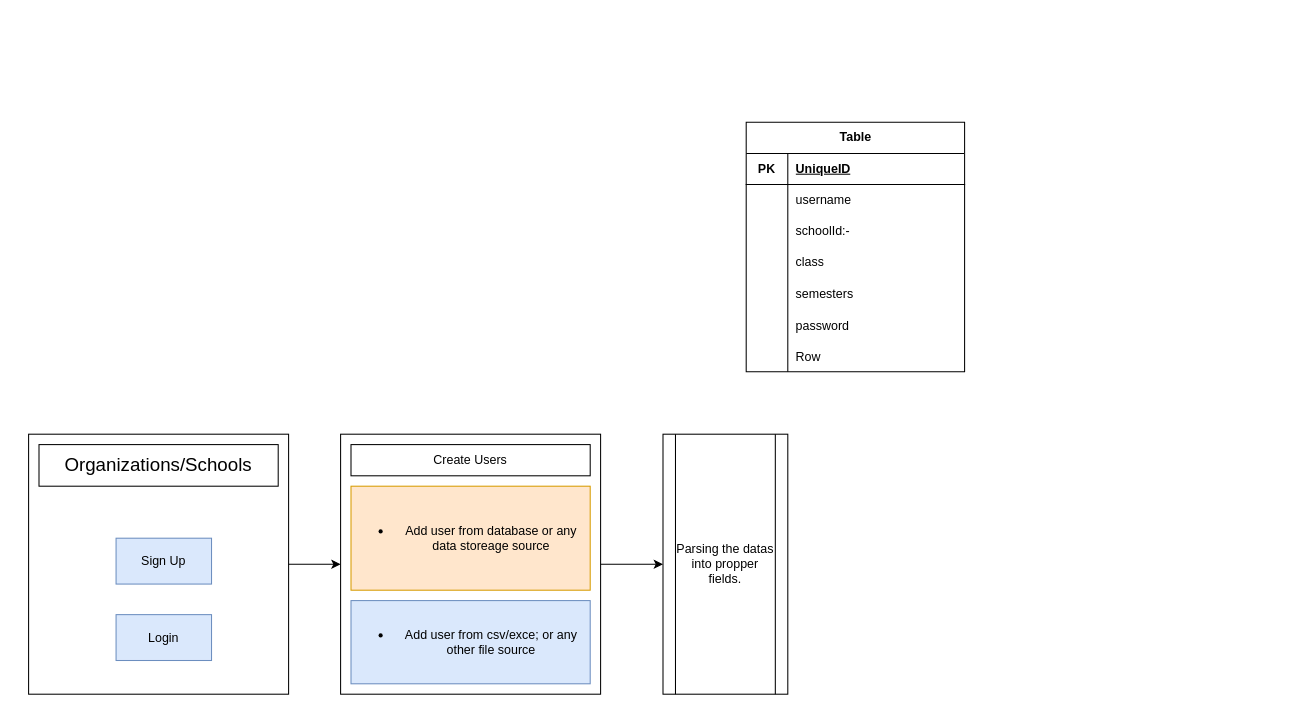
This is design_images/Untitled Diagram.drawio from leyuskckiran1510/SMFS, a draw.io file, before an edit. Source tidied: cells renumbered, new cells numbered last; positions are measured from the earlier drawing's top-left corner, leaving out a move shared by most shapes. Both pictures are drawn from the tidied source at 104%, with x=0, y=0 at pixel (28, 122).
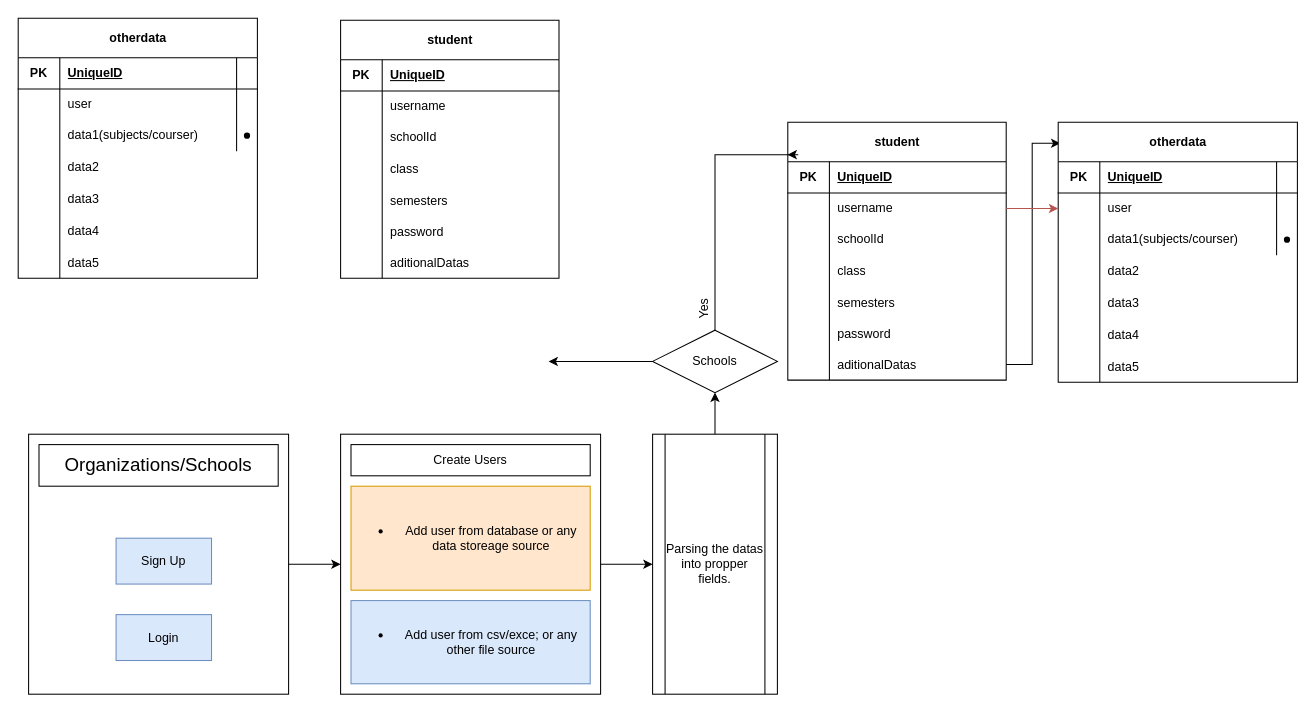
Above is the later version.

What changed in the source:
```diff
@@
+    <mxCell id="39" style="edgeStyle=orthogonalEdgeStyle;rounded=0;jettySize=auto;html=1;exitX=0.5;exitY=0;exitDx=0;exitDy=0;entryX=0.5;entryY=1;entryDx=0;entryDy=0;" parent="1" edge="1" source="9" target="67">
+      <mxGeometry relative="1" as="geometry" />
+    </mxCell>
     <mxCell id="9" value="Parsing the datas into propper fields." style="shape=process;whiteSpace=wrap;html=1;backgroundOutline=1;" parent="1" vertex="1">
-      <mxGeometry x="610" y="300" width="120" height="250" as="geometry" />
+      <mxGeometry x="600" y="300" width="120" height="250" as="geometry" />
     </mxCell>
@@
+    <mxCell id="40" style="edgeStyle=orthogonalEdgeStyle;rounded=0;jettySize=auto;html=1;exitX=1;exitY=0.5;exitDx=0;exitDy=0;entryX=0.009;entryY=0.081;entryDx=0;entryDy=0;entryPerimeter=0;" parent="1" edge="1" source="36" target="41">
+      <mxGeometry relative="1" as="geometry" />
+    </mxCell>
-    <mxCell id="17" value="Table" style="shape=table;startSize=30;childLayout=tableLayout;rowLines=0;fontStyle=1;align=center;html=1;enumerate=0;" parent="1" vertex="1">
-      <mxGeometry x="690" width="210" height="240" as="geometry" />
+    <mxCell id="17" value="student" style="shape=table;startSize=38;childLayout=tableLayout;rowLines=0;fontStyle=1;align=center;html=1;enumerate=0;" parent="1" vertex="1">
+      <mxGeometry x="730" width="210" height="248" as="geometry" />
     </mxCell>
     <mxCell id="18" style="shape=tableRow;horizontal=0;startSize=0;swimlaneHead=0;swimlaneBody=0;fillColor=none;top=0;left=0;right=0;bottom=1;" parent="17" vertex="1">
-      <mxGeometry y="30" width="210" height="30" as="geometry" />
+      <mxGeometry y="38" width="210" height="30" as="geometry" />
     </mxCell>
@@
     <mxCell id="21" style="shape=tableRow;horizontal=0;startSize=0;swimlaneHead=0;swimlaneBody=0;fillColor=none;points=[[0,0.5],[1,0.5]];portConstraint=eastwest;top=0;left=0;right=0;bottom=0;" parent="17" vertex="1">
-      <mxGeometry y="60" width="210" height="30" as="geometry" />
+      <mxGeometry y="68" width="210" height="30" as="geometry" />
     </mxCell>
@@
     <mxCell id="24" style="shape=tableRow;horizontal=0;startSize=0;swimlaneHead=0;swimlaneBody=0;fillColor=none;top=0;left=0;right=0;bottom=0;" parent="17" vertex="1">
-      <mxGeometry y="90" width="210" height="30" as="geometry" />
+      <mxGeometry y="98" width="210" height="30" as="geometry" />
     </mxCell>
@@
-    <mxCell id="26" value="schoolId:-" style="shape=partialRectangle;fillColor=none;top=0;left=0;bottom=0;right=0;align=left;spacingLeft=6;overflow=hidden;whiteSpace=wrap;html=1;" parent="24" vertex="1">
+    <mxCell id="26" value="schoolId" style="shape=partialRectangle;fillColor=none;top=0;left=0;bottom=0;right=0;align=left;spacingLeft=6;overflow=hidden;whiteSpace=wrap;html=1;" parent="24" vertex="1">
       <mxGeometry x="40" width="170" height="30" as="geometry" />
     </mxCell>
     <mxCell id="27" style="shape=tableRow;horizontal=0;startSize=0;swimlaneHead=0;swimlaneBody=0;fillColor=none;top=0;left=0;right=0;bottom=0;" parent="17" vertex="1">
-      <mxGeometry y="120" width="210" height="30" as="geometry" />
+      <mxGeometry y="128" width="210" height="30" as="geometry" />
     </mxCell>
@@
     <mxCell id="30" style="shape=tableRow;horizontal=0;startSize=0;swimlaneHead=0;swimlaneBody=0;fillColor=none;top=0;left=0;right=0;bottom=0;" parent="17" vertex="1">
-      <mxGeometry y="150" width="210" height="30" as="geometry" />
+      <mxGeometry y="158" width="210" height="30" as="geometry" />
     </mxCell>
@@
     <mxCell id="33" style="shape=tableRow;horizontal=0;startSize=0;swimlaneHead=0;swimlaneBody=0;fillColor=none;top=0;left=0;right=0;bottom=0;" parent="17" vertex="1">
-      <mxGeometry y="180" width="210" height="30" as="geometry" />
+      <mxGeometry y="188" width="210" height="30" as="geometry" />
     </mxCell>
@@
     <mxCell id="36" style="shape=tableRow;horizontal=0;startSize=0;swimlaneHead=0;swimlaneBody=0;fillColor=none;points=[[0,0.5],[1,0.5]];portConstraint=eastwest;top=0;left=0;right=0;bottom=0;" parent="17" vertex="1">
-      <mxGeometry y="210" width="210" height="30" as="geometry" />
+      <mxGeometry y="218" width="210" height="30" as="geometry" />
     </mxCell>
@@
-    <mxCell id="38" value="Row" style="shape=partialRectangle;fillColor=none;top=0;left=0;bottom=0;right=0;align=left;spacingLeft=6;overflow=hidden;" parent="36" vertex="1">
+    <mxCell id="38" value="aditionalDatas" style="shape=partialRectangle;fillColor=none;top=0;left=0;bottom=0;right=0;align=left;spacingLeft=6;overflow=hidden;" parent="36" vertex="1">
       <mxGeometry x="40" width="170" height="30" as="geometry" />
     </mxCell>
+    <mxCell id="41" value="otherdata" style="shape=table;startSize=38;childLayout=tableLayout;rowLines=0;fontStyle=1;align=center;html=1;enumerate=0;" parent="1" vertex="1">
+      <mxGeometry x="990" width="230" height="250" as="geometry" />
+    </mxCell>
+    <mxCell id="42" style="shape=tableRow;horizontal=0;startSize=0;swimlaneHead=0;swimlaneBody=0;fillColor=none;top=0;left=0;right=0;bottom=1;" parent="41" vertex="1">
+      <mxGeometry y="38" width="230" height="30" as="geometry" />
+    </mxCell>
+    <mxCell id="43" value="PK" style="shape=partialRectangle;fillColor=none;top=0;left=0;bottom=0;right=0;fontStyle=1;overflow=hidden;whiteSpace=wrap;html=1;" parent="42" vertex="1">
+      <mxGeometry width="40" height="30" as="geometry" />
+    </mxCell>
+    <mxCell id="44" value="UniqueID" style="shape=partialRectangle;fillColor=none;top=0;left=0;bottom=0;right=0;align=left;spacingLeft=6;fontStyle=5;overflow=hidden;whiteSpace=wrap;html=1;" parent="42" vertex="1">
+      <mxGeometry x="40" width="190" height="30" as="geometry" />
+    </mxCell>
+    <mxCell id="45" style="shape=tableRow;horizontal=0;startSize=0;swimlaneHead=0;swimlaneBody=0;fillColor=none;points=[[0,0.5],[1,0.5]];portConstraint=eastwest;top=0;left=0;right=0;bottom=0;" parent="41" vertex="1">
+      <mxGeometry y="68" width="230" height="30" as="geometry" />
+    </mxCell>
+    <mxCell id="46" style="shape=partialRectangle;fillColor=none;top=0;left=0;bottom=0;right=0;overflow=hidden;whiteSpace=wrap;html=1;" parent="45" vertex="1">
+      <mxGeometry width="40" height="30" as="geometry" />
+    </mxCell>
+    <mxCell id="47" value="user" style="shape=partialRectangle;fillColor=none;top=0;left=0;bottom=0;right=0;align=left;spacingLeft=6;overflow=hidden;whiteSpace=wrap;html=1;" parent="45" vertex="1">
+      <mxGeometry x="40" width="190" height="30" as="geometry" />
+    </mxCell>
+    <mxCell id="48" style="shape=tableRow;horizontal=0;startSize=0;swimlaneHead=0;swimlaneBody=0;fillColor=none;top=0;left=0;right=0;bottom=0;" parent="41" vertex="1">
+      <mxGeometry y="98" width="230" height="30" as="geometry" />
+    </mxCell>
+    <mxCell id="49" style="shape=partialRectangle;fillColor=none;top=0;left=0;bottom=0;right=0;overflow=hidden;whiteSpace=wrap;html=1;" parent="48" vertex="1">
+      <mxGeometry width="40" height="30" as="geometry" />
+    </mxCell>
+    <mxCell id="50" value="data1(subjects/courser)" style="shape=partialRectangle;fillColor=none;top=0;left=0;bottom=0;right=0;align=left;spacingLeft=6;overflow=hidden;whiteSpace=wrap;html=1;" parent="48" vertex="1">
+      <mxGeometry x="40" width="170" height="30" as="geometry" />
+    </mxCell>
+    <mxCell id="51" style="shape=waypoint;sketch=0;size=6;fillColor=default;perimeter=centerPerimeter;startSize=38;fontStyle=1;" parent="48" vertex="1">
+      <mxGeometry x="210" width="20" height="30" as="geometry" />
+    </mxCell>
+    <mxCell id="52" style="shape=tableRow;horizontal=0;startSize=0;swimlaneHead=0;swimlaneBody=0;fillColor=none;top=0;left=0;right=0;bottom=0;" parent="41" vertex="1">
+      <mxGeometry y="128" width="230" height="30" as="geometry" />
+    </mxCell>
+    <mxCell id="53" style="shape=partialRectangle;fillColor=none;top=0;left=0;bottom=0;right=0;overflow=hidden;whiteSpace=wrap;html=1;" parent="52" vertex="1">
+      <mxGeometry width="40" height="30" as="geometry" />
+    </mxCell>
+    <mxCell id="54" value="data2" style="shape=partialRectangle;fillColor=none;top=0;left=0;bottom=0;right=0;align=left;spacingLeft=6;overflow=hidden;whiteSpace=wrap;html=1;" parent="52" vertex="1">
+      <mxGeometry x="40" width="190" height="30" as="geometry" />
+    </mxCell>
+    <mxCell id="55" style="shape=tableRow;horizontal=0;startSize=0;swimlaneHead=0;swimlaneBody=0;fillColor=none;top=0;left=0;right=0;bottom=0;" parent="41" vertex="1">
+      <mxGeometry y="158" width="230" height="30" as="geometry" />
+    </mxCell>
+    <mxCell id="56" style="shape=partialRectangle;fillColor=none;top=0;left=0;bottom=0;right=0;overflow=hidden;" parent="55" vertex="1">
+      <mxGeometry width="40" height="30" as="geometry" />
+    </mxCell>
+    <mxCell id="57" value="data3" style="shape=partialRectangle;fillColor=none;top=0;left=0;bottom=0;right=0;align=left;spacingLeft=6;overflow=hidden;" parent="55" vertex="1">
+      <mxGeometry x="40" width="190" height="30" as="geometry" />
+    </mxCell>
+    <mxCell id="58" style="shape=tableRow;horizontal=0;startSize=0;swimlaneHead=0;swimlaneBody=0;fillColor=none;top=0;left=0;right=0;bottom=0;" parent="41" vertex="1">
+      <mxGeometry y="188" width="230" height="32" as="geometry" />
+    </mxCell>
+    <mxCell id="59" style="shape=partialRectangle;fillColor=none;top=0;left=0;bottom=0;right=0;overflow=hidden;" parent="58" vertex="1">
+      <mxGeometry width="40" height="32" as="geometry" />
+    </mxCell>
+    <mxCell id="60" value="data4" style="shape=partialRectangle;fillColor=none;top=0;left=0;bottom=0;right=0;align=left;spacingLeft=6;overflow=hidden;" parent="58" vertex="1">
+      <mxGeometry x="40" width="190" height="32" as="geometry" />
+    </mxCell>
+    <mxCell id="61" style="shape=tableRow;horizontal=0;startSize=0;swimlaneHead=0;swimlaneBody=0;fillColor=none;top=0;left=0;right=0;bottom=0;" parent="41" vertex="1">
+      <mxGeometry y="220" width="230" height="30" as="geometry" />
+    </mxCell>
+    <mxCell id="62" style="shape=partialRectangle;fillColor=none;top=0;left=0;bottom=0;right=0;overflow=hidden;" parent="61" vertex="1">
+      <mxGeometry width="40" height="30" as="geometry" />
+    </mxCell>
+    <mxCell id="63" value="data5" style="shape=partialRectangle;fillColor=none;top=0;left=0;bottom=0;right=0;align=left;spacingLeft=6;overflow=hidden;" parent="61" vertex="1">
+      <mxGeometry x="40" width="190" height="30" as="geometry" />
+    </mxCell>
+    <mxCell id="64" style="edgeStyle=orthogonalEdgeStyle;rounded=0;jettySize=auto;html=1;exitX=1;exitY=0.5;exitDx=0;exitDy=0;fillColor=#f8cecc;strokeColor=#b85450;" parent="1" edge="1" source="21" target="45">
+      <mxGeometry relative="1" as="geometry" />
+    </mxCell>
+    <mxCell id="65" style="edgeStyle=orthogonalEdgeStyle;rounded=0;jettySize=auto;html=1;exitX=0.5;exitY=0;exitDx=0;exitDy=0;entryX=-0.001;entryY=0.126;entryDx=0;entryDy=0;entryPerimeter=0;" parent="1" edge="1" source="67" target="17">
+      <mxGeometry relative="1" as="geometry" />
+    </mxCell>
+    <mxCell id="66" style="edgeStyle=orthogonalEdgeStyle;rounded=0;jettySize=auto;html=1;exitX=0;exitY=0.5;exitDx=0;exitDy=0;" parent="1" edge="1" source="67">
+      <mxGeometry relative="1" as="geometry">
+        <mxPoint x="500" y="230.1" as="targetPoint" />
+      </mxGeometry>
+    </mxCell>
+    <mxCell id="67" value="Schools" style="shape=rhombus;perimeter=rhombusPerimeter;whiteSpace=wrap;html=1;align=center;" parent="1" vertex="1">
+      <mxGeometry x="600" y="200" width="120" height="60" as="geometry" />
+    </mxCell>
+    <mxCell id="68" value="Yes" style="text;html=1;align=center;verticalAlign=middle;strokeColor=none;fillColor=none;rotation=-90;" parent="1" vertex="1">
+      <mxGeometry x="630" y="165" width="40" height="30" as="geometry" />
+    </mxCell>
+    <mxCell id="69" value="student" style="shape=table;startSize=38;childLayout=tableLayout;rowLines=0;fontStyle=1;align=center;html=1;enumerate=0;" parent="1" vertex="1">
+      <mxGeometry x="300" y="-98" width="210" height="248" as="geometry" />
+    </mxCell>
+    <mxCell id="70" style="shape=tableRow;horizontal=0;startSize=0;swimlaneHead=0;swimlaneBody=0;fillColor=none;top=0;left=0;right=0;bottom=1;" parent="69" vertex="1">
+      <mxGeometry y="38" width="210" height="30" as="geometry" />
+    </mxCell>
+    <mxCell id="71" value="PK" style="shape=partialRectangle;fillColor=none;top=0;left=0;bottom=0;right=0;fontStyle=1;overflow=hidden;whiteSpace=wrap;html=1;" parent="70" vertex="1">
+      <mxGeometry width="40" height="30" as="geometry" />
+    </mxCell>
+    <mxCell id="72" value="UniqueID" style="shape=partialRectangle;fillColor=none;top=0;left=0;bottom=0;right=0;align=left;spacingLeft=6;fontStyle=5;overflow=hidden;whiteSpace=wrap;html=1;" parent="70" vertex="1">
+      <mxGeometry x="40" width="170" height="30" as="geometry" />
+    </mxCell>
+    <mxCell id="73" style="shape=tableRow;horizontal=0;startSize=0;swimlaneHead=0;swimlaneBody=0;fillColor=none;top=0;left=0;right=0;bottom=0;" parent="69" vertex="1">
+      <mxGeometry y="68" width="210" height="30" as="geometry" />
+    </mxCell>
+    <mxCell id="74" style="shape=partialRectangle;fillColor=none;top=0;left=0;bottom=0;right=0;overflow=hidden;whiteSpace=wrap;html=1;" parent="73" vertex="1">
+      <mxGeometry width="40" height="30" as="geometry" />
+    </mxCell>
+    <mxCell id="75" value="username" style="shape=partialRectangle;fillColor=none;top=0;left=0;bottom=0;right=0;align=left;spacingLeft=6;overflow=hidden;whiteSpace=wrap;html=1;" parent="73" vertex="1">
+      <mxGeometry x="40" width="170" height="30" as="geometry" />
+    </mxCell>
+    <mxCell id="76" style="shape=tableRow;horizontal=0;startSize=0;swimlaneHead=0;swimlaneBody=0;fillColor=none;top=0;left=0;right=0;bottom=0;" parent="69" vertex="1">
+      <mxGeometry y="98" width="210" height="30" as="geometry" />
+    </mxCell>
+    <mxCell id="77" style="shape=partialRectangle;fillColor=none;top=0;left=0;bottom=0;right=0;overflow=hidden;whiteSpace=wrap;html=1;" parent="76" vertex="1">
+      <mxGeometry width="40" height="30" as="geometry" />
+    </mxCell>
+    <mxCell id="78" value="schoolId" style="shape=partialRectangle;fillColor=none;top=0;left=0;bottom=0;right=0;align=left;spacingLeft=6;overflow=hidden;whiteSpace=wrap;html=1;" parent="76" vertex="1">
+      <mxGeometry x="40" width="170" height="30" as="geometry" />
+    </mxCell>
+    <mxCell id="79" style="shape=tableRow;horizontal=0;startSize=0;swimlaneHead=0;swimlaneBody=0;fillColor=none;top=0;left=0;right=0;bottom=0;" parent="69" vertex="1">
+      <mxGeometry y="128" width="210" height="30" as="geometry" />
+    </mxCell>
+    <mxCell id="80" style="shape=partialRectangle;fillColor=none;top=0;left=0;bottom=0;right=0;overflow=hidden;whiteSpace=wrap;html=1;" parent="79" vertex="1">
+      <mxGeometry width="40" height="30" as="geometry" />
+    </mxCell>
+    <mxCell id="81" value="class" style="shape=partialRectangle;fillColor=none;top=0;left=0;bottom=0;right=0;align=left;spacingLeft=6;overflow=hidden;whiteSpace=wrap;html=1;" parent="79" vertex="1">
+      <mxGeometry x="40" width="170" height="30" as="geometry" />
+    </mxCell>
+    <mxCell id="82" style="shape=tableRow;horizontal=0;startSize=0;swimlaneHead=0;swimlaneBody=0;fillColor=none;top=0;left=0;right=0;bottom=0;" parent="69" vertex="1">
+      <mxGeometry y="158" width="210" height="30" as="geometry" />
+    </mxCell>
+    <mxCell id="83" style="shape=partialRectangle;fillColor=none;top=0;left=0;bottom=0;right=0;overflow=hidden;" parent="82" vertex="1">
+      <mxGeometry width="40" height="30" as="geometry" />
+    </mxCell>
+    <mxCell id="84" value="semesters" style="shape=partialRectangle;fillColor=none;top=0;left=0;bottom=0;right=0;align=left;spacingLeft=6;overflow=hidden;" parent="82" vertex="1">
+      <mxGeometry x="40" width="170" height="30" as="geometry" />
+    </mxCell>
+    <mxCell id="85" style="shape=tableRow;horizontal=0;startSize=0;swimlaneHead=0;swimlaneBody=0;fillColor=none;top=0;left=0;right=0;bottom=0;" parent="69" vertex="1">
+      <mxGeometry y="188" width="210" height="30" as="geometry" />
+    </mxCell>
+    <mxCell id="86" style="shape=partialRectangle;fillColor=none;top=0;left=0;bottom=0;right=0;overflow=hidden;" parent="85" vertex="1">
+      <mxGeometry width="40" height="30" as="geometry" />
+    </mxCell>
+    <mxCell id="87" value="password" style="shape=partialRectangle;fillColor=none;top=0;left=0;bottom=0;right=0;align=left;spacingLeft=6;overflow=hidden;" parent="85" vertex="1">
+      <mxGeometry x="40" width="170" height="30" as="geometry" />
+    </mxCell>
+    <mxCell id="88" style="shape=tableRow;horizontal=0;startSize=0;swimlaneHead=0;swimlaneBody=0;fillColor=none;top=0;left=0;right=0;bottom=0;" parent="69" vertex="1">
+      <mxGeometry y="218" width="210" height="30" as="geometry" />
+    </mxCell>
+    <mxCell id="89" style="shape=partialRectangle;fillColor=none;top=0;left=0;bottom=0;right=0;overflow=hidden;" parent="88" vertex="1">
+      <mxGeometry width="40" height="30" as="geometry" />
+    </mxCell>
+    <mxCell id="90" value="aditionalDatas" style="shape=partialRectangle;fillColor=none;top=0;left=0;bottom=0;right=0;align=left;spacingLeft=6;overflow=hidden;" parent="88" vertex="1">
+      <mxGeometry x="40" width="170" height="30" as="geometry" />
+    </mxCell>
+    <mxCell id="91" value="otherdata" style="shape=table;startSize=38;childLayout=tableLayout;rowLines=0;fontStyle=1;align=center;html=1;enumerate=0;" parent="1" vertex="1">
+      <mxGeometry x="-10" y="-100" width="230" height="250" as="geometry" />
+    </mxCell>
+    <mxCell id="92" style="shape=tableRow;horizontal=0;startSize=0;swimlaneHead=0;swimlaneBody=0;fillColor=none;top=0;left=0;right=0;bottom=1;" parent="91" vertex="1">
+      <mxGeometry y="38" width="230" height="30" as="geometry" />
+    </mxCell>
+    <mxCell id="93" value="PK" style="shape=partialRectangle;fillColor=none;top=0;left=0;bottom=0;right=0;fontStyle=1;overflow=hidden;whiteSpace=wrap;html=1;" parent="92" vertex="1">
+      <mxGeometry width="40" height="30" as="geometry" />
+    </mxCell>
+    <mxCell id="94" value="UniqueID" style="shape=partialRectangle;fillColor=none;top=0;left=0;bottom=0;right=0;align=left;spacingLeft=6;fontStyle=5;overflow=hidden;whiteSpace=wrap;html=1;" parent="92" vertex="1">
+      <mxGeometry x="40" width="190" height="30" as="geometry" />
+    </mxCell>
+    <mxCell id="95" style="shape=tableRow;horizontal=0;startSize=0;swimlaneHead=0;swimlaneBody=0;fillColor=none;top=0;left=0;right=0;bottom=0;" parent="91" vertex="1">
+      <mxGeometry y="68" width="230" height="30" as="geometry" />
+    </mxCell>
+    <mxCell id="96" style="shape=partialRectangle;fillColor=none;top=0;left=0;bottom=0;right=0;overflow=hidden;whiteSpace=wrap;html=1;" parent="95" vertex="1">
+      <mxGeometry width="40" height="30" as="geometry" />
+    </mxCell>
+    <mxCell id="97" value="user" style="shape=partialRectangle;fillColor=none;top=0;left=0;bottom=0;right=0;align=left;spacingLeft=6;overflow=hidden;whiteSpace=wrap;html=1;" parent="95" vertex="1">
+      <mxGeometry x="40" width="190" height="30" as="geometry" />
+    </mxCell>
+    <mxCell id="98" style="shape=tableRow;horizontal=0;startSize=0;swimlaneHead=0;swimlaneBody=0;fillColor=none;top=0;left=0;right=0;bottom=0;" parent="91" vertex="1">
+      <mxGeometry y="98" width="230" height="30" as="geometry" />
+    </mxCell>
+    <mxCell id="99" style="shape=partialRectangle;fillColor=none;top=0;left=0;bottom=0;right=0;overflow=hidden;whiteSpace=wrap;html=1;" parent="98" vertex="1">
+      <mxGeometry width="40" height="30" as="geometry" />
+    </mxCell>
+    <mxCell id="100" value="data1(subjects/courser)" style="shape=partialRectangle;fillColor=none;top=0;left=0;bottom=0;right=0;align=left;spacingLeft=6;overflow=hidden;whiteSpace=wrap;html=1;" parent="98" vertex="1">
+      <mxGeometry x="40" width="170" height="30" as="geometry" />
+    </mxCell>
+    <mxCell id="101" style="shape=waypoint;sketch=0;size=6;fillColor=default;perimeter=centerPerimeter;startSize=38;fontStyle=1;" parent="98" vertex="1">
+      <mxGeometry x="210" width="20" height="30" as="geometry" />
+    </mxCell>
+    <mxCell id="102" style="shape=tableRow;horizontal=0;startSize=0;swimlaneHead=0;swimlaneBody=0;fillColor=none;top=0;left=0;right=0;bottom=0;" parent="91" vertex="1">
+      <mxGeometry y="128" width="230" height="30" as="geometry" />
+    </mxCell>
+    <mxCell id="103" style="shape=partialRectangle;fillColor=none;top=0;left=0;bottom=0;right=0;overflow=hidden;whiteSpace=wrap;html=1;" parent="102" vertex="1">
+      <mxGeometry width="40" height="30" as="geometry" />
+    </mxCell>
+    <mxCell id="104" value="data2" style="shape=partialRectangle;fillColor=none;top=0;left=0;bottom=0;right=0;align=left;spacingLeft=6;overflow=hidden;whiteSpace=wrap;html=1;" parent="102" vertex="1">
+      <mxGeometry x="40" width="190" height="30" as="geometry" />
+    </mxCell>
+    <mxCell id="105" style="shape=tableRow;horizontal=0;startSize=0;swimlaneHead=0;swimlaneBody=0;fillColor=none;top=0;left=0;right=0;bottom=0;" parent="91" vertex="1">
+      <mxGeometry y="158" width="230" height="30" as="geometry" />
+    </mxCell>
+    <mxCell id="106" style="shape=partialRectangle;fillColor=none;top=0;left=0;bottom=0;right=0;overflow=hidden;" parent="105" vertex="1">
+      <mxGeometry width="40" height="30" as="geometry" />
+    </mxCell>
+    <mxCell id="107" value="data3" style="shape=partialRectangle;fillColor=none;top=0;left=0;bottom=0;right=0;align=left;spacingLeft=6;overflow=hidden;" parent="105" vertex="1">
+      <mxGeometry x="40" width="190" height="30" as="geometry" />
+    </mxCell>
+    <mxCell id="108" style="shape=tableRow;horizontal=0;startSize=0;swimlaneHead=0;swimlaneBody=0;fillColor=none;top=0;left=0;right=0;bottom=0;" parent="91" vertex="1">
+      <mxGeometry y="188" width="230" height="32" as="geometry" />
+    </mxCell>
+    <mxCell id="109" style="shape=partialRectangle;fillColor=none;top=0;left=0;bottom=0;right=0;overflow=hidden;" parent="108" vertex="1">
+      <mxGeometry width="40" height="32" as="geometry" />
+    </mxCell>
+    <mxCell id="110" value="data4" style="shape=partialRectangle;fillColor=none;top=0;left=0;bottom=0;right=0;align=left;spacingLeft=6;overflow=hidden;" parent="108" vertex="1">
+      <mxGeometry x="40" width="190" height="32" as="geometry" />
+    </mxCell>
+    <mxCell id="111" style="shape=tableRow;horizontal=0;startSize=0;swimlaneHead=0;swimlaneBody=0;fillColor=none;top=0;left=0;right=0;bottom=0;" parent="91" vertex="1">
+      <mxGeometry y="220" width="230" height="30" as="geometry" />
+    </mxCell>
+    <mxCell id="112" style="shape=partialRectangle;fillColor=none;top=0;left=0;bottom=0;right=0;overflow=hidden;" parent="111" vertex="1">
+      <mxGeometry width="40" height="30" as="geometry" />
+    </mxCell>
+    <mxCell id="113" value="data5" style="shape=partialRectangle;fillColor=none;top=0;left=0;bottom=0;right=0;align=left;spacingLeft=6;overflow=hidden;" parent="111" vertex="1">
+      <mxGeometry x="40" width="190" height="30" as="geometry" />
+    </mxCell>
```
